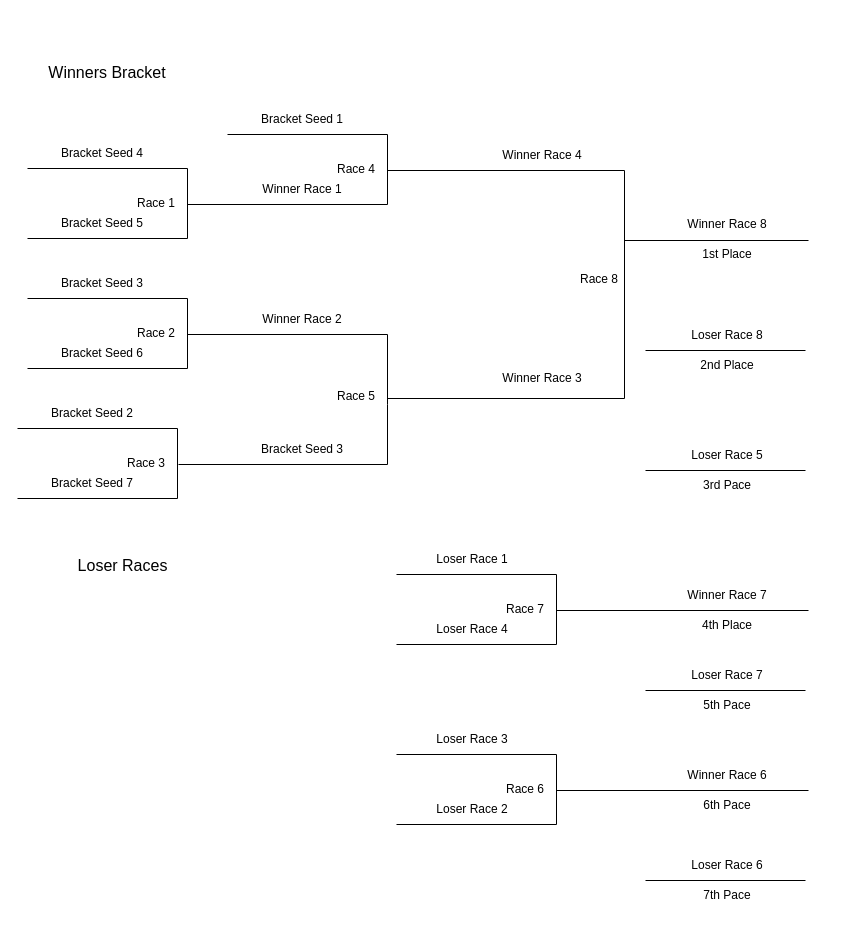
Above: static/extra/7-team-se-bracket.drawio in bhall2001/flyballmanager-www (draw.io), before the change. Source tidied: cells renumbered, new cells numbered last; positions are measured from the earlier drawing's top-left corner, leaving out a move shared by most shapes. Both pictures are drawn from the tidied source at 100%, with x=0, y=0 at pixel (17, 57).
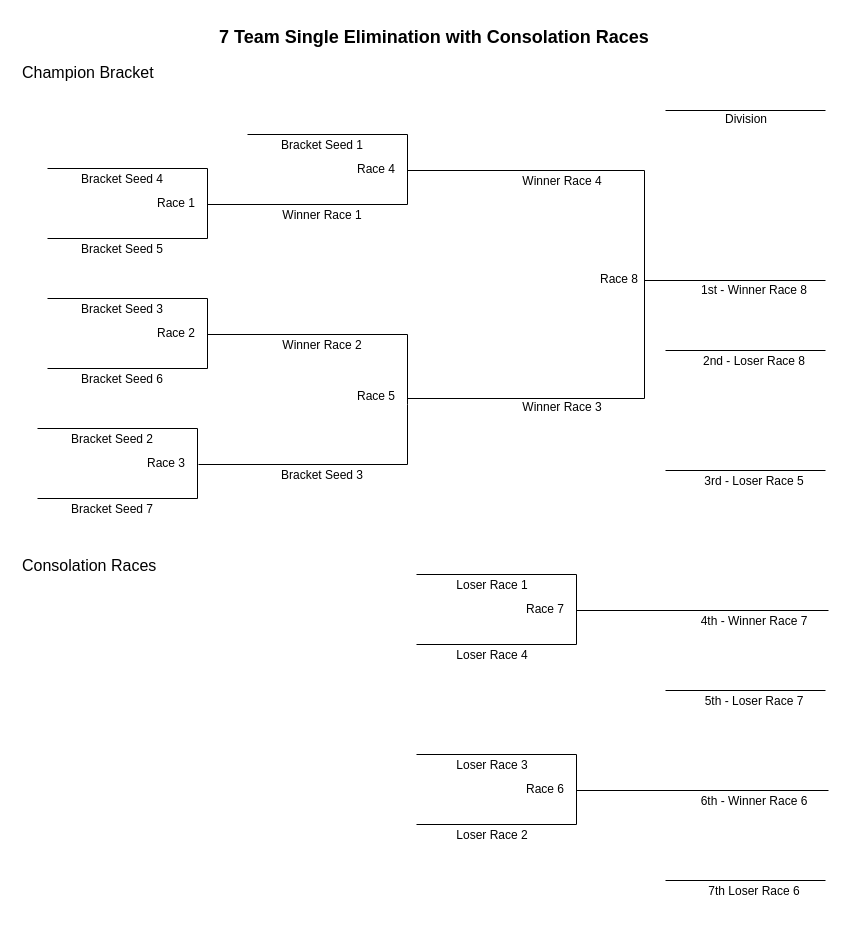
The same page after the edit.

Unchanged cells that the change refers to:
```xml
<mxCell id="52" style="group;" parent="1" vertex="1">
  <mxGeometry x="10" y="41" width="320" height="70" as="geometry" />
</mxCell>
```

What changed in the source:
```diff
@@
-    <mxCell id="2" value="&lt;font style=&quot;font-size: 16px;&quot;&gt;Winners Bracket&lt;/font&gt;" style="text;html=1;align=center;verticalAlign=middle;whiteSpace=wrap;rounded=0;" parent="1" vertex="1">
-      <mxGeometry x="30" width="120" height="30" as="geometry" />
+    <mxCell id="2" value="&lt;font style=&quot;font-size: 16px;&quot;&gt;Champion Bracket&lt;/font&gt;" style="text;html=1;align=left;verticalAlign=middle;whiteSpace=wrap;rounded=0;" parent="1" vertex="1">
+      <mxGeometry x="3" width="138" height="30" as="geometry" />
     </mxCell>
     <mxCell id="3" style="group;" parent="1" vertex="1">
-      <mxGeometry x="210" y="77" width="320" height="70" as="geometry" />
+      <mxGeometry x="230" y="77" width="320" height="70" as="geometry" />
     </mxCell>
@@
     <mxCell id="9" style="group;" parent="1" vertex="1">
-      <mxGeometry x="210" y="277" width="360" height="70" as="geometry" />
+      <mxGeometry x="230" y="277" width="360" height="70" as="geometry" />
     </mxCell>
@@
     <mxCell id="15" value="Winner Race 3" style="text;html=1;align=center;verticalAlign=middle;whiteSpace=wrap;rounded=0;" parent="9" vertex="1">
-      <mxGeometry x="270" y="29" width="90" height="30" as="geometry" />
+      <mxGeometry x="270" y="58" width="90" height="30" as="geometry" />
     </mxCell>
     <mxCell id="16" style="group;" parent="1" vertex="1">
-      <mxGeometry x="379" y="697" width="320" height="70" as="geometry" />
+      <mxGeometry x="399" y="697" width="320" height="70" as="geometry" />
     </mxCell>
@@
-    <mxCell id="22" value="&lt;font style=&quot;font-size: 16px;&quot;&gt;Loser Races&lt;/font&gt;" style="text;html=1;align=center;verticalAlign=middle;whiteSpace=wrap;rounded=0;" parent="1" vertex="1">
-      <mxGeometry x="30" y="493" width="151" height="30" as="geometry" />
+    <mxCell id="22" value="&lt;font style=&quot;font-size: 16px;&quot;&gt;Consolation Races&lt;/font&gt;" style="text;html=1;align=left;verticalAlign=middle;whiteSpace=wrap;rounded=0;" parent="1" vertex="1">
+      <mxGeometry x="3" y="493" width="151" height="30" as="geometry" />
     </mxCell>
     <mxCell id="23" value="Race 8" style="text;html=1;align=right;verticalAlign=middle;whiteSpace=wrap;rounded=0;" parent="1" vertex="1">
-      <mxGeometry x="513" y="207" width="90" height="30" as="geometry" />
+      <mxGeometry x="533" y="207" width="90" height="30" as="geometry" />
     </mxCell>
     <mxCell id="24" style="endArrow=none;html=1;rounded=0;" parent="1" edge="1">
       <mxGeometry relative="1" as="geometry">
-        <mxPoint x="607" y="341" as="sourcePoint" />
-        <mxPoint x="607" y="113" as="targetPoint" />
+        <mxPoint x="627" y="341" as="sourcePoint" />
+        <mxPoint x="627" y="113" as="targetPoint" />
       </mxGeometry>
     </mxCell>
     <mxCell id="25" style="endArrow=none;html=1;rounded=0;" parent="1" edge="1">
       <mxGeometry relative="1" as="geometry">
-        <mxPoint x="607" y="183" as="sourcePoint" />
-        <mxPoint x="791" y="183" as="targetPoint" />
+        <mxPoint x="627" y="223" as="sourcePoint" />
+        <mxPoint x="808" y="223" as="targetPoint" />
       </mxGeometry>
     </mxCell>
     <mxCell id="26" style="endArrow=none;html=1;rounded=0;" parent="1" edge="1">
       <mxGeometry relative="1" as="geometry">
-        <mxPoint x="628" y="293" as="sourcePoint" />
-        <mxPoint x="788" y="293" as="targetPoint" />
+        <mxPoint x="648" y="293" as="sourcePoint" />
+        <mxPoint x="808" y="293" as="targetPoint" />
       </mxGeometry>
     </mxCell>
-    <mxCell id="27" value="1st Place" style="text;html=1;align=center;verticalAlign=middle;whiteSpace=wrap;rounded=0;" parent="1" vertex="1">
-      <mxGeometry x="665" y="182" width="90" height="30" as="geometry" />
-    </mxCell>
-    <mxCell id="28" value="2nd Place" style="text;html=1;align=center;verticalAlign=middle;whiteSpace=wrap;rounded=0;" parent="1" vertex="1">
-      <mxGeometry x="665" y="293" width="90" height="30" as="geometry" />
-    </mxCell>
-    <mxCell id="29" value="5th Pace" style="text;html=1;align=center;verticalAlign=middle;whiteSpace=wrap;rounded=0;" parent="1" vertex="1">
-      <mxGeometry x="665" y="633" width="90" height="30" as="geometry" />
-    </mxCell>
-    <mxCell id="30" value="Winner Race 8" style="text;html=1;align=center;verticalAlign=middle;whiteSpace=wrap;rounded=0;" parent="1" vertex="1">
-      <mxGeometry x="665" y="152" width="90" height="30" as="geometry" />
+    <mxCell id="30" value="1st - Winner Race 8" style="text;html=1;align=center;verticalAlign=middle;whiteSpace=wrap;rounded=0;" parent="1" vertex="1">
+      <mxGeometry x="679" y="218" width="116" height="30" as="geometry" />
     </mxCell>
-    <mxCell id="31" value="Loser Race 8" style="text;html=1;align=center;verticalAlign=middle;whiteSpace=wrap;rounded=0;" parent="1" vertex="1">
-      <mxGeometry x="665" y="263" width="90" height="30" as="geometry" />
+    <mxCell id="31" value="2nd - Loser Race 8" style="text;html=1;align=center;verticalAlign=middle;whiteSpace=wrap;rounded=0;" parent="1" vertex="1">
+      <mxGeometry x="679" y="289" width="116" height="30" as="geometry" />
     </mxCell>
-    <mxCell id="32" value="Loser Race 7" style="text;html=1;align=center;verticalAlign=middle;whiteSpace=wrap;rounded=0;" parent="1" vertex="1">
-      <mxGeometry x="665" y="603" width="90" height="30" as="geometry" />
+    <mxCell id="32" value="5th - Loser Race 7" style="text;html=1;align=center;verticalAlign=middle;whiteSpace=wrap;rounded=0;" parent="1" vertex="1">
+      <mxGeometry x="684" y="629" width="106" height="30" as="geometry" />
     </mxCell>
     <mxCell id="33" value="Winner Race 4" style="text;html=1;align=center;verticalAlign=middle;whiteSpace=wrap;rounded=0;" parent="1" vertex="1">
-      <mxGeometry x="480" y="83" width="90" height="30" as="geometry" />
+      <mxGeometry x="500" y="109" width="90" height="30" as="geometry" />
     </mxCell>
     <mxCell id="34" value="Loser Race 3" style="text;html=1;align=center;verticalAlign=middle;whiteSpace=wrap;rounded=0;" parent="1" vertex="1">
-      <mxGeometry x="410" y="667" width="90" height="30" as="geometry" />
+      <mxGeometry x="430" y="693" width="90" height="30" as="geometry" />
     </mxCell>
     <mxCell id="35" value="Loser Race 2" style="text;html=1;align=center;verticalAlign=middle;whiteSpace=wrap;rounded=0;" parent="1" vertex="1">
-      <mxGeometry x="410" y="737" width="90" height="30" as="geometry" />
+      <mxGeometry x="430" y="763" width="90" height="30" as="geometry" />
     </mxCell>
     <mxCell id="36" value="Bracket Seed 1" style="text;html=1;align=center;verticalAlign=middle;whiteSpace=wrap;rounded=0;" parent="1" vertex="1">
-      <mxGeometry x="240" y="47" width="90" height="30" as="geometry" />
+      <mxGeometry x="260" y="73" width="90" height="30" as="geometry" />
     </mxCell>
     <mxCell id="37" value="Winner Race 1" style="text;html=1;align=center;verticalAlign=middle;whiteSpace=wrap;rounded=0;" parent="1" vertex="1">
-      <mxGeometry x="240" y="117" width="90" height="30" as="geometry" />
+      <mxGeometry x="260" y="143" width="90" height="30" as="geometry" />
     </mxCell>
     <mxCell id="38" value="Winner Race 2" style="text;html=1;align=center;verticalAlign=middle;whiteSpace=wrap;rounded=0;" parent="1" vertex="1">
-      <mxGeometry x="240" y="247" width="90" height="30" as="geometry" />
+      <mxGeometry x="260" y="273" width="90" height="30" as="geometry" />
     </mxCell>
     <mxCell id="39" value="Bracket Seed 3" style="text;html=1;align=center;verticalAlign=middle;whiteSpace=wrap;rounded=0;" parent="1" vertex="1">
-      <mxGeometry x="240" y="377" width="90" height="30" as="geometry" />
+      <mxGeometry x="260" y="403" width="90" height="30" as="geometry" />
     </mxCell>
     <mxCell id="40" style="group;" parent="1" vertex="1">
-      <mxGeometry x="10" y="241" width="320" height="70" as="geometry" />
+      <mxGeometry x="30" y="241" width="320" height="70" as="geometry" />
     </mxCell>
@@
-    <mxCell id="46" value="Winner Race 6" style="text;html=1;align=center;verticalAlign=middle;whiteSpace=wrap;rounded=0;" parent="1" vertex="1">
-      <mxGeometry x="665" y="703" width="90" height="30" as="geometry" />
+    <mxCell id="46" value="6th - Winner Race 6" style="text;html=1;align=center;verticalAlign=middle;whiteSpace=wrap;rounded=0;" parent="1" vertex="1">
+      <mxGeometry x="679" y="729" width="116" height="30" as="geometry" />
     </mxCell>
     <mxCell id="47" value="Bracket Seed 3" style="text;html=1;align=center;verticalAlign=middle;whiteSpace=wrap;rounded=0;" parent="1" vertex="1">
-      <mxGeometry x="40" y="211" width="90" height="30" as="geometry" />
+      <mxGeometry x="60" y="237" width="90" height="30" as="geometry" />
     </mxCell>
     <mxCell id="48" value="Bracket Seed 6" style="text;html=1;align=center;verticalAlign=middle;whiteSpace=wrap;rounded=0;" parent="1" vertex="1">
-      <mxGeometry x="40" y="281" width="90" height="30" as="geometry" />
+      <mxGeometry x="60" y="307" width="90" height="30" as="geometry" />
     </mxCell>
     <mxCell id="49" style="endArrow=none;html=1;rounded=0;" parent="1" edge="1">
       <mxGeometry relative="1" as="geometry">
-        <mxPoint x="529" y="113" as="sourcePoint" />
-        <mxPoint x="607" y="113" as="targetPoint" />
+        <mxPoint x="549" y="113" as="sourcePoint" />
+        <mxPoint x="627" y="113" as="targetPoint" />
       </mxGeometry>
     </mxCell>
     <mxCell id="50" style="endArrow=none;html=1;rounded=0;" parent="1" edge="1">
       <mxGeometry relative="1" as="geometry">
-        <mxPoint x="529" y="341" as="sourcePoint" />
-        <mxPoint x="607" y="341" as="targetPoint" />
+        <mxPoint x="549" y="341" as="sourcePoint" />
+        <mxPoint x="627" y="341" as="targetPoint" />
       </mxGeometry>
     </mxCell>
     <mxCell id="51" style="endArrow=none;html=1;rounded=0;" parent="1" edge="1">
       <mxGeometry relative="1" as="geometry">
-        <mxPoint x="628" y="633" as="sourcePoint" />
-        <mxPoint x="788" y="633" as="targetPoint" />
+        <mxPoint x="648" y="633" as="sourcePoint" />
+        <mxPoint x="808" y="633" as="targetPoint" />
       </mxGeometry>
     </mxCell>
@@
     <mxCell id="53" style="endArrow=none;html=1;rounded=0;" parent="52" edge="1">
       <mxGeometry relative="1" as="geometry">
-        <mxPoint y="70" as="sourcePoint" />
-        <mxPoint x="160" y="70" as="targetPoint" />
+        <mxPoint x="20" y="70" as="sourcePoint" />
+        <mxPoint x="180" y="70" as="targetPoint" />
       </mxGeometry>
     </mxCell>
     <mxCell id="54" style="endArrow=none;html=1;rounded=0;" parent="52" edge="1">
       <mxGeometry relative="1" as="geometry">
-        <mxPoint y="140" as="sourcePoint" />
-        <mxPoint x="160" y="140" as="targetPoint" />
+        <mxPoint x="20" y="140" as="sourcePoint" />
+        <mxPoint x="180" y="140" as="targetPoint" />
       </mxGeometry>
     </mxCell>
     <mxCell id="55" style="endArrow=none;html=1;rounded=0;" parent="52" edge="1">
       <mxGeometry relative="1" as="geometry">
-        <mxPoint x="160" y="140" as="sourcePoint" />
-        <mxPoint x="160" y="70" as="targetPoint" />
+        <mxPoint x="180" y="140" as="sourcePoint" />
+        <mxPoint x="180" y="70" as="targetPoint" />
       </mxGeometry>
     </mxCell>
     <mxCell id="56" value="Race 1" style="text;html=1;align=right;verticalAlign=middle;whiteSpace=wrap;rounded=0;" parent="52" vertex="1">
-      <mxGeometry x="60" y="90" width="90" height="30" as="geometry" />
+      <mxGeometry x="80" y="90" width="90" height="30" as="geometry" />
     </mxCell>
     <mxCell id="57" style="endArrow=none;html=1;rounded=0;" parent="52" edge="1">
       <mxGeometry relative="1" as="geometry">
-        <mxPoint x="160" y="106" as="sourcePoint" />
-        <mxPoint x="320" y="106" as="targetPoint" />
+        <mxPoint x="180" y="106" as="sourcePoint" />
+        <mxPoint x="340" y="106" as="targetPoint" />
       </mxGeometry>
     </mxCell>
     <mxCell id="58" style="group;" parent="1" vertex="1">
-      <mxGeometry x="379" y="517" width="320" height="70" as="geometry" />
+      <mxGeometry x="399" y="517" width="320" height="70" as="geometry" />
     </mxCell>
@@
     <mxCell id="64" value="Loser Race 1" style="text;html=1;align=center;verticalAlign=middle;whiteSpace=wrap;rounded=0;" parent="1" vertex="1">
-      <mxGeometry x="410" y="487" width="90" height="30" as="geometry" />
+      <mxGeometry x="430" y="513" width="90" height="30" as="geometry" />
     </mxCell>
     <mxCell id="65" value="Loser Race 4" style="text;html=1;align=center;verticalAlign=middle;whiteSpace=wrap;rounded=0;" parent="1" vertex="1">
-      <mxGeometry x="410" y="557" width="90" height="30" as="geometry" />
+      <mxGeometry x="430" y="583" width="90" height="30" as="geometry" />
     </mxCell>
-    <mxCell id="66" value="Winner Race 7" style="text;html=1;align=center;verticalAlign=middle;whiteSpace=wrap;rounded=0;" parent="1" vertex="1">
-      <mxGeometry x="665" y="523" width="90" height="30" as="geometry" />
+    <mxCell id="66" value="4th - Winner Race 7" style="text;html=1;align=center;verticalAlign=middle;whiteSpace=wrap;rounded=0;" parent="1" vertex="1">
+      <mxGeometry x="679" y="549" width="116" height="30" as="geometry" />
     </mxCell>
     <mxCell id="67" value="Bracket Seed 4" style="text;html=1;align=center;verticalAlign=middle;whiteSpace=wrap;rounded=0;" parent="1" vertex="1">
-      <mxGeometry x="40" y="81" width="90" height="30" as="geometry" />
+      <mxGeometry x="60" y="107" width="90" height="30" as="geometry" />
     </mxCell>
     <mxCell id="68" value="Bracket Seed 5" style="text;html=1;align=center;verticalAlign=middle;whiteSpace=wrap;rounded=0;" parent="1" vertex="1">
-      <mxGeometry x="40" y="151" width="90" height="30" as="geometry" />
+      <mxGeometry x="60" y="177" width="90" height="30" as="geometry" />
     </mxCell>
-    <mxCell id="69" value="4th Place" style="text;html=1;align=center;verticalAlign=middle;whiteSpace=wrap;rounded=0;" parent="1" vertex="1">
-      <mxGeometry x="665" y="553" width="90" height="30" as="geometry" />
-    </mxCell>
-    <mxCell id="70" value="6th Pace" style="text;html=1;align=center;verticalAlign=middle;whiteSpace=wrap;rounded=0;" parent="1" vertex="1">
-      <mxGeometry x="665" y="733" width="90" height="30" as="geometry" />
-    </mxCell>
-    <mxCell id="71" value="7th Pace" style="text;html=1;align=center;verticalAlign=middle;whiteSpace=wrap;rounded=0;" parent="1" vertex="1">
-      <mxGeometry x="665" y="823" width="90" height="30" as="geometry" />
-    </mxCell>
-    <mxCell id="72" value="Loser Race 6" style="text;html=1;align=center;verticalAlign=middle;whiteSpace=wrap;rounded=0;" parent="1" vertex="1">
-      <mxGeometry x="665" y="793" width="90" height="30" as="geometry" />
+    <mxCell id="72" value="7th Loser Race 6" style="text;html=1;align=center;verticalAlign=middle;whiteSpace=wrap;rounded=0;" parent="1" vertex="1">
+      <mxGeometry x="689" y="819" width="96" height="30" as="geometry" />
     </mxCell>
     <mxCell id="73" style="endArrow=none;html=1;rounded=0;" parent="1" edge="1">
       <mxGeometry relative="1" as="geometry">
-        <mxPoint x="628" y="823" as="sourcePoint" />
-        <mxPoint x="788" y="823" as="targetPoint" />
+        <mxPoint x="648" y="823" as="sourcePoint" />
+        <mxPoint x="808" y="823" as="targetPoint" />
       </mxGeometry>
     </mxCell>
     <mxCell id="74" style="endArrow=none;html=1;rounded=0;" parent="1" edge="1">
       <mxGeometry relative="1" as="geometry">
-        <mxPoint y="371" as="sourcePoint" />
-        <mxPoint x="160" y="371" as="targetPoint" />
+        <mxPoint x="20" y="371" as="sourcePoint" />
+        <mxPoint x="180" y="371" as="targetPoint" />
       </mxGeometry>
     </mxCell>
     <mxCell id="75" style="endArrow=none;html=1;rounded=0;" parent="1" edge="1">
       <mxGeometry relative="1" as="geometry">
-        <mxPoint y="441" as="sourcePoint" />
-        <mxPoint x="160" y="441" as="targetPoint" />
+        <mxPoint x="20" y="441" as="sourcePoint" />
+        <mxPoint x="180" y="441" as="targetPoint" />
       </mxGeometry>
     </mxCell>
     <mxCell id="76" style="endArrow=none;html=1;rounded=0;" parent="1" edge="1">
       <mxGeometry relative="1" as="geometry">
-        <mxPoint x="160" y="441" as="sourcePoint" />
-        <mxPoint x="160" y="371" as="targetPoint" />
+        <mxPoint x="180" y="441" as="sourcePoint" />
+        <mxPoint x="180" y="371" as="targetPoint" />
       </mxGeometry>
     </mxCell>
     <mxCell id="77" value="Race 3" style="text;html=1;align=right;verticalAlign=middle;whiteSpace=wrap;rounded=0;" parent="1" vertex="1">
-      <mxGeometry x="60" y="391" width="90" height="30" as="geometry" />
+      <mxGeometry x="80" y="391" width="90" height="30" as="geometry" />
     </mxCell>
     <mxCell id="78" value="Bracket Seed 2" style="text;html=1;align=center;verticalAlign=middle;whiteSpace=wrap;rounded=0;" parent="1" vertex="1">
-      <mxGeometry x="30" y="341" width="90" height="30" as="geometry" />
+      <mxGeometry x="50" y="367" width="90" height="30" as="geometry" />
     </mxCell>
     <mxCell id="79" value="Bracket Seed 7" style="text;html=1;align=center;verticalAlign=middle;whiteSpace=wrap;rounded=0;" parent="1" vertex="1">
-      <mxGeometry x="30" y="411" width="90" height="30" as="geometry" />
+      <mxGeometry x="50" y="437" width="90" height="30" as="geometry" />
     </mxCell>
     <mxCell id="80" style="endArrow=none;html=1;rounded=0;" parent="1" edge="1">
       <mxGeometry relative="1" as="geometry">
-        <mxPoint x="370" y="347" as="sourcePoint" />
-        <mxPoint x="370" y="407" as="targetPoint" />
+        <mxPoint x="390" y="347" as="sourcePoint" />
+        <mxPoint x="390" y="407" as="targetPoint" />
       </mxGeometry>
     </mxCell>
-    <mxCell id="81" value="3rd Pace" style="text;html=1;align=center;verticalAlign=middle;whiteSpace=wrap;rounded=0;" parent="1" vertex="1">
-      <mxGeometry x="665" y="413" width="90" height="30" as="geometry" />
-    </mxCell>
-    <mxCell id="82" value="Loser Race 5" style="text;html=1;align=center;verticalAlign=middle;whiteSpace=wrap;rounded=0;" parent="1" vertex="1">
-      <mxGeometry x="665" y="383" width="90" height="30" as="geometry" />
+    <mxCell id="82" value="3rd - Loser Race 5" style="text;html=1;align=center;verticalAlign=middle;whiteSpace=wrap;rounded=0;" parent="1" vertex="1">
+      <mxGeometry x="684" y="409" width="106" height="30" as="geometry" />
     </mxCell>
     <mxCell id="83" style="endArrow=none;html=1;rounded=0;" parent="1" edge="1">
       <mxGeometry relative="1" as="geometry">
-        <mxPoint x="628" y="413" as="sourcePoint" />
-        <mxPoint x="788" y="413" as="targetPoint" />
+        <mxPoint x="648" y="413" as="sourcePoint" />
+        <mxPoint x="808" y="413" as="targetPoint" />
       </mxGeometry>
     </mxCell>
+    <mxCell id="84" value="7 Team Single Elimination with Consolation Races" style="text;html=1;align=left;verticalAlign=middle;strokeColor=none;fillColor=none;fontStyle=1;fontSize=18;" parent="1" vertex="1">
+      <mxGeometry x="200" y="-40" width="420" height="40" as="geometry" />
+    </mxCell>
+    <mxCell id="85" style="endArrow=none;html=1;rounded=0;" parent="1" edge="1">
+      <mxGeometry relative="1" as="geometry">
+        <mxPoint x="648" y="53" as="sourcePoint" />
+        <mxPoint x="808" y="53" as="targetPoint" />
+      </mxGeometry>
+    </mxCell>
+    <mxCell id="86" value="Division" style="text;html=1;align=center;verticalAlign=middle;whiteSpace=wrap;rounded=0;" parent="1" vertex="1">
+      <mxGeometry x="654" y="47" width="150" height="30" as="geometry" />
+    </mxCell>
```
